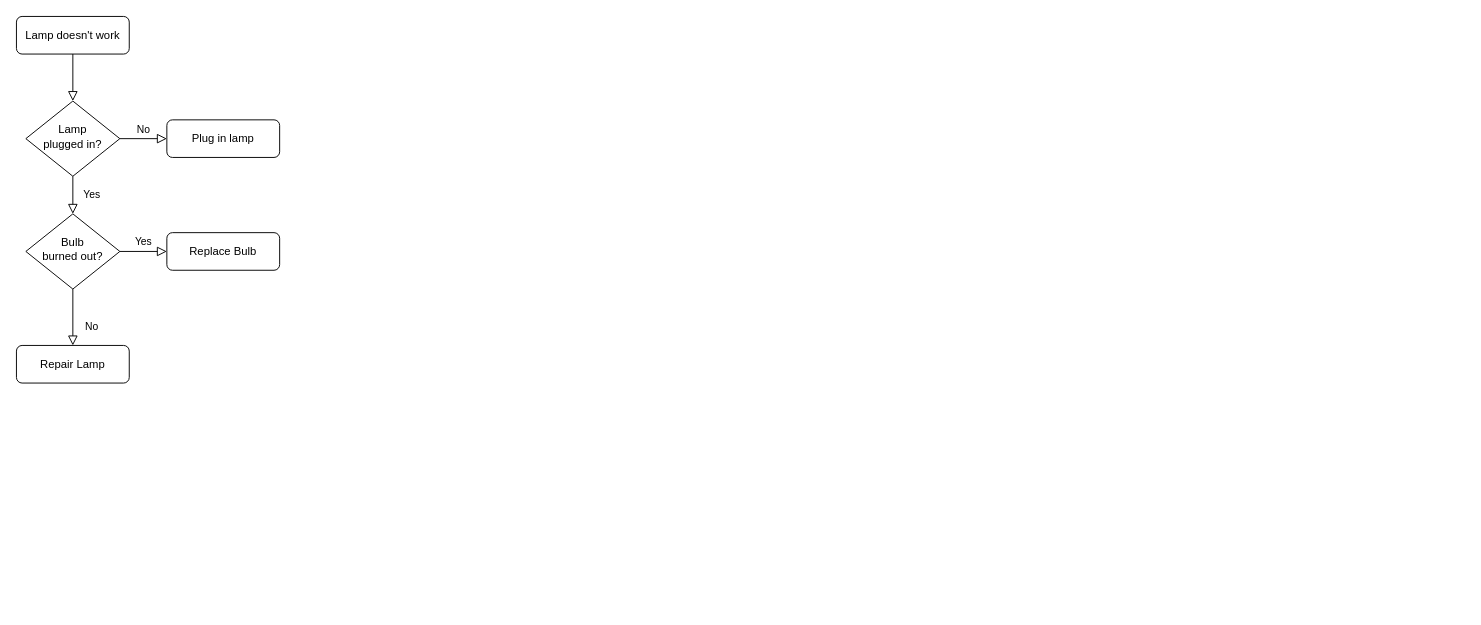
Earlier version of the draw.io diagram flowchart Diagram.drawio (puterifathimah/fyp). Source tidied: cells renumbered, new cells numbered last; positions are measured from the earlier drawing's top-left corner, leaving out a move shared by most shapes. Both pictures are drawn from the tidied source at 94%, with x=0, y=0 at pixel (16, 16).
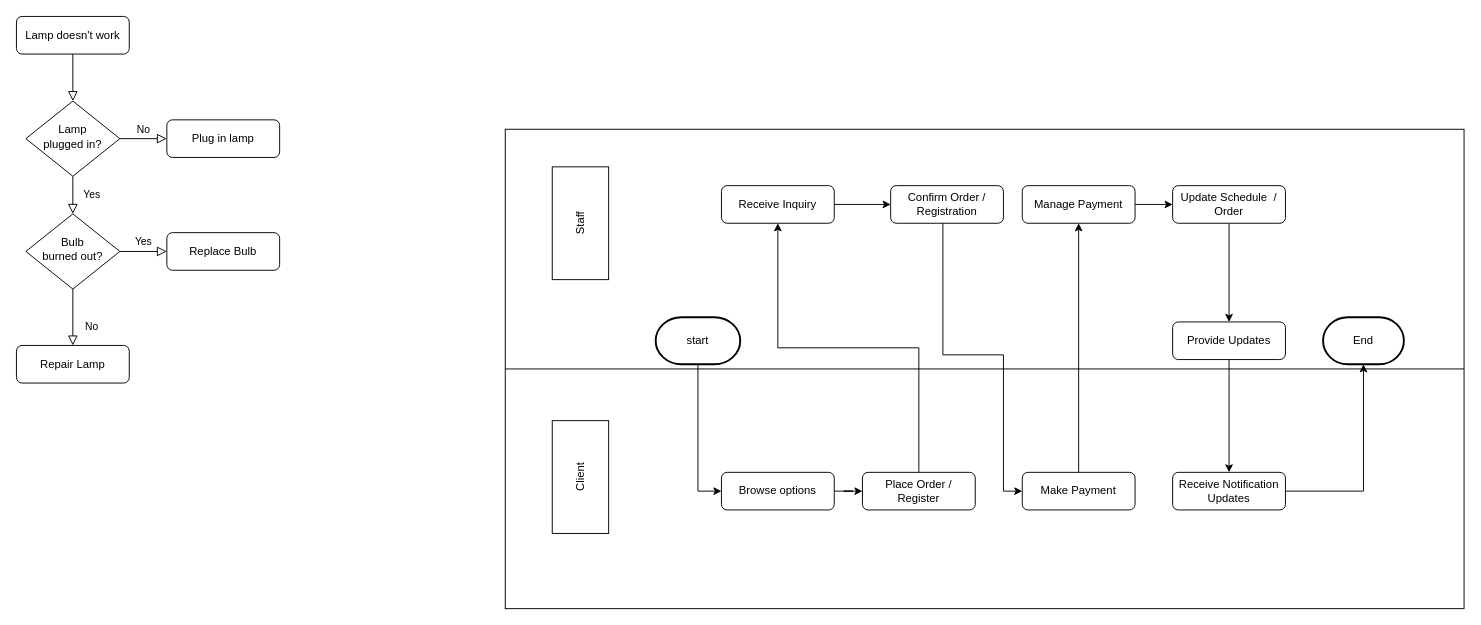
The same diagram, later.

Diff of the diagram source:
```diff
@@
+    <mxCell id="13" style="rounded=0;whiteSpace=wrap;html=1;" parent="1" vertex="1">
+      <mxGeometry x="520" y="120" width="1020" height="510" as="geometry" />
+    </mxCell>
@@
+    <mxCell id="14" style="edgeStyle=orthogonalEdgeStyle;rounded=0;jettySize=auto;html=1;exitX=0.5;exitY=1;exitDx=0;exitDy=0;exitPerimeter=0;entryX=0;entryY=0.5;entryDx=0;entryDy=0;" parent="1" edge="1" source="15" target="17">
+      <mxGeometry relative="1" as="geometry" />
+    </mxCell>
+    <mxCell id="15" value="start" style="strokeWidth=2;html=1;shape=mxgraph.flowchart.terminator;whiteSpace=wrap;" parent="1" vertex="1">
+      <mxGeometry x="680" y="320" width="90" height="50" as="geometry" />
+    </mxCell>
+    <mxCell id="16" style="edgeStyle=orthogonalEdgeStyle;rounded=0;jettySize=auto;html=1;exitX=1;exitY=0.5;exitDx=0;exitDy=0;" parent="1" edge="1" source="17" target="19">
+      <mxGeometry relative="1" as="geometry" />
+    </mxCell>
+    <mxCell id="17" value="Browse options" style="rounded=1;whiteSpace=wrap;html=1;fontSize=12;glass=0;strokeWidth=1;shadow=0;" parent="1" vertex="1">
+      <mxGeometry x="750" y="485" width="120" height="40" as="geometry" />
+    </mxCell>
+    <mxCell id="18" style="edgeStyle=orthogonalEdgeStyle;rounded=0;jettySize=auto;html=1;exitX=0.5;exitY=0;exitDx=0;exitDy=0;entryX=0.5;entryY=1;entryDx=0;entryDy=0;" parent="1" edge="1" source="19" target="23">
+      <mxGeometry relative="1" as="geometry" />
+    </mxCell>
+    <mxCell id="19" value="Place Order / Register" style="rounded=1;whiteSpace=wrap;html=1;fontSize=12;glass=0;strokeWidth=1;shadow=0;" parent="1" vertex="1">
+      <mxGeometry x="900" y="485" width="120" height="40" as="geometry" />
+    </mxCell>
+    <mxCell id="20" style="edgeStyle=orthogonalEdgeStyle;rounded=0;jettySize=auto;html=1;exitX=0.5;exitY=0;exitDx=0;exitDy=0;entryX=0.5;entryY=1;entryDx=0;entryDy=0;" parent="1" edge="1" source="21" target="27">
+      <mxGeometry relative="1" as="geometry" />
+    </mxCell>
+    <mxCell id="21" value="Make Payment" style="rounded=1;whiteSpace=wrap;html=1;fontSize=12;glass=0;strokeWidth=1;shadow=0;" parent="1" vertex="1">
+      <mxGeometry x="1070" y="485" width="120" height="40" as="geometry" />
+    </mxCell>
+    <mxCell id="22" style="edgeStyle=orthogonalEdgeStyle;rounded=0;jettySize=auto;html=1;exitX=1;exitY=0.5;exitDx=0;exitDy=0;entryX=0;entryY=0.5;entryDx=0;entryDy=0;" parent="1" edge="1" source="23" target="25">
+      <mxGeometry relative="1" as="geometry" />
+    </mxCell>
+    <mxCell id="23" value="Receive Inquiry" style="rounded=1;whiteSpace=wrap;html=1;fontSize=12;glass=0;strokeWidth=1;shadow=0;" parent="1" vertex="1">
+      <mxGeometry x="750" y="180" width="120" height="40" as="geometry" />
+    </mxCell>
+    <mxCell id="24" style="edgeStyle=orthogonalEdgeStyle;rounded=0;jettySize=auto;html=1;exitX=0.463;exitY=0.98;exitDx=0;exitDy=0;entryX=0;entryY=0.5;entryDx=0;entryDy=0;exitPerimeter=0;" parent="1" edge="1" source="25" target="21">
+      <mxGeometry relative="1" as="geometry">
+        <Array as="points">
+          <mxPoint x="986" y="360" />
+          <mxPoint x="1050" y="360" />
+          <mxPoint x="1050" y="505" />
+        </Array>
+      </mxGeometry>
+    </mxCell>
+    <mxCell id="25" value="Confirm Order / Registration" style="rounded=1;whiteSpace=wrap;html=1;fontSize=12;glass=0;strokeWidth=1;shadow=0;" parent="1" vertex="1">
+      <mxGeometry x="930" y="180" width="120" height="40" as="geometry" />
+    </mxCell>
+    <mxCell id="26" style="edgeStyle=orthogonalEdgeStyle;rounded=0;jettySize=auto;html=1;exitX=1;exitY=0.5;exitDx=0;exitDy=0;entryX=0;entryY=0.5;entryDx=0;entryDy=0;" parent="1" edge="1" source="27" target="29">
+      <mxGeometry relative="1" as="geometry" />
+    </mxCell>
+    <mxCell id="27" value="Manage Payment" style="rounded=1;whiteSpace=wrap;html=1;fontSize=12;glass=0;strokeWidth=1;shadow=0;" parent="1" vertex="1">
+      <mxGeometry x="1070" y="180" width="120" height="40" as="geometry" />
+    </mxCell>
+    <mxCell id="28" style="edgeStyle=orthogonalEdgeStyle;rounded=0;jettySize=auto;html=1;exitX=0.5;exitY=1;exitDx=0;exitDy=0;entryX=0.5;entryY=0;entryDx=0;entryDy=0;" parent="1" edge="1" source="29" target="31">
+      <mxGeometry relative="1" as="geometry" />
+    </mxCell>
+    <mxCell id="29" value="Update Schedule&amp;nbsp; / Order" style="rounded=1;whiteSpace=wrap;html=1;fontSize=12;glass=0;strokeWidth=1;shadow=0;" parent="1" vertex="1">
+      <mxGeometry x="1230" y="180" width="120" height="40" as="geometry" />
+    </mxCell>
+    <mxCell id="30" style="edgeStyle=orthogonalEdgeStyle;rounded=0;jettySize=auto;html=1;exitX=0.5;exitY=1;exitDx=0;exitDy=0;" parent="1" edge="1" source="31" target="32">
+      <mxGeometry relative="1" as="geometry" />
+    </mxCell>
+    <mxCell id="31" value="Provide Updates" style="rounded=1;whiteSpace=wrap;html=1;fontSize=12;glass=0;strokeWidth=1;shadow=0;" parent="1" vertex="1">
+      <mxGeometry x="1230" y="325" width="120" height="40" as="geometry" />
+    </mxCell>
+    <mxCell id="32" value="Receive Notification Updates" style="rounded=1;whiteSpace=wrap;html=1;fontSize=12;glass=0;strokeWidth=1;shadow=0;" parent="1" vertex="1">
+      <mxGeometry x="1230" y="485" width="120" height="40" as="geometry" />
+    </mxCell>
+    <mxCell id="33" value="End" style="strokeWidth=2;html=1;shape=mxgraph.flowchart.terminator;whiteSpace=wrap;" parent="1" vertex="1">
+      <mxGeometry x="1390" y="320" width="86" height="50" as="geometry" />
+    </mxCell>
+    <mxCell id="34" style="edgeStyle=orthogonalEdgeStyle;rounded=0;jettySize=auto;html=1;exitX=1;exitY=0.5;exitDx=0;exitDy=0;entryX=0.5;entryY=1;entryDx=0;entryDy=0;entryPerimeter=0;" parent="1" edge="1" source="32" target="33">
+      <mxGeometry relative="1" as="geometry" />
+    </mxCell>
+    <mxCell id="35" value="Staff" style="rounded=0;whiteSpace=wrap;html=1;rotation=-90;" parent="1" vertex="1">
+      <mxGeometry x="540" y="190" width="120" height="60" as="geometry" />
+    </mxCell>
+    <mxCell id="36" style="endArrow=none;html=1;rounded=0;exitX=0;exitY=0.5;exitDx=0;exitDy=0;entryX=1;entryY=0.5;entryDx=0;entryDy=0;fillColor=#FFFF99;" parent="1" edge="1" source="13" target="13">
+      <mxGeometry relative="1" as="geometry" />
+    </mxCell>
+    <mxCell id="37" value="Client" style="rounded=0;whiteSpace=wrap;html=1;rotation=-90;" parent="1" vertex="1">
+      <mxGeometry x="540" y="460" width="120" height="60" as="geometry" />
+    </mxCell>
```
